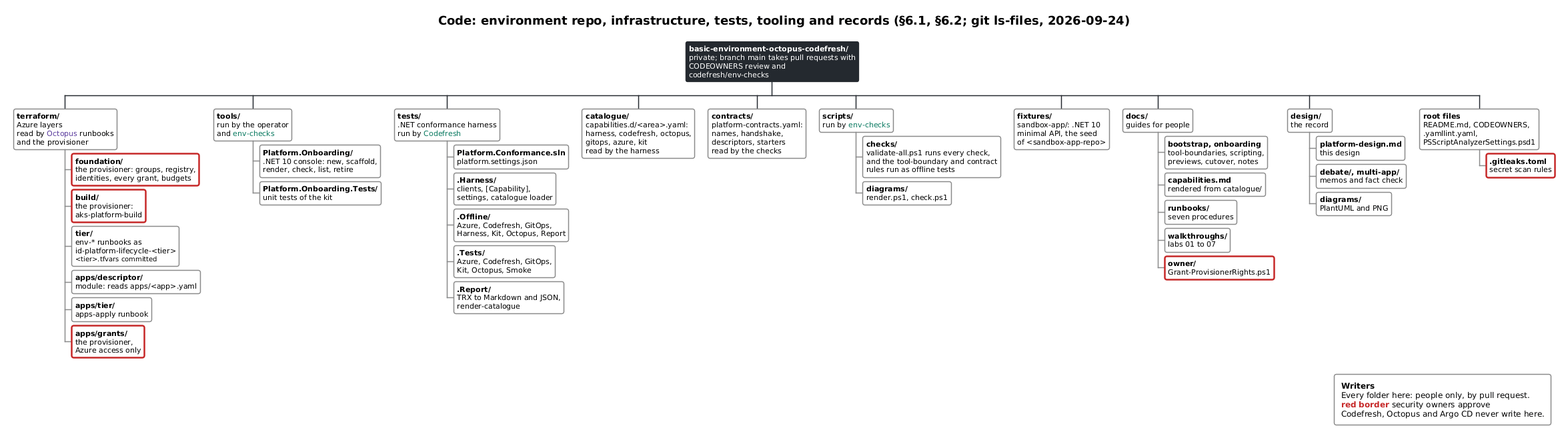
This is design/diagrams/c4-4-env-repo-layout-b.png from clearmeasure-aisf-sample-apps/basic-environment-octopus-codefresh, a PlantUML export, as it was before one commit. Its diagram source:
```plantuml
@startwbs c4-4-env-repo-layout-b
!include include/palette.puml
<style>
legend {
  BackgroundColor #FFFFFF
  LineColor #8A8A8A
}
wbsDiagram {
  node {
    BackgroundColor #FFFFFF
    LineColor #8A8A8A
    FontSize 11
    RoundCorner 6
    Padding 5
    Margin 6
  }
  arrow {
    LineColor #8A8A8A
  }
  .root {
    BackgroundColor $C_GITHUB
    FontColor #FFFFFF
    LineColor $C_GITHUB
  }
  .new {
    LineStyle 4-3
  }
  .sec {
    LineColor $C_DANGER
    LineThickness 2.5
  }
}
</style>

title Code: environment repo, infrastructure, tests, tooling and records (§6.1, §6.2; git ls-files, 2026-09-24)

*:<b>basic-environment-octopus-codefresh/</b>
private; branch main takes pull requests with
CODEOWNERS review and codefresh/env-checks; <<root>>
**:<b>terraform/</b>
Azure layers
<size:11>read by <color:$C_OCTOPUS>Octopus</color> runbooks</size>
<size:11>and the provisioner</size>;
***:<b>foundation/</b>
the provisioner: groups, registry,
identities, every grant, budgets; <<sec>>
***:<b>build/</b>
the provisioner:
aks-platform-build; <<sec>>
***:<b>tier/</b>
env-* runbooks as
id-platform-lifecycle-<tier>
<size:10><tier>.tfvars committed</size>;
***:<b>apps/descriptor/</b>
module: reads apps/<app>.yaml;
***:<b>apps/tier/</b>
apps-apply runbook;
***:<b>apps/grants/</b>
the provisioner,
Azure access only; <<sec>>
**:<b>tools/</b>
<size:11>run by the operator</size>
<size:11>and <color:$C_CODEFRESH>env-checks</color></size>;
***:<b>Platform.Onboarding/</b>
.NET 10 console: new, scaffold,
render, check, list, retire;
***:<b>Platform.Onboarding.Tests/</b>
unit tests of the kit;
**:<b>tests/</b>
.NET conformance harness
<size:11>run by <color:$C_CODEFRESH>Codefresh</color></size>;
***:<b>Platform.Conformance.sln</b>
platform.settings.json;
***:<b>.Harness/</b>
clients, [Capability],
settings, catalogue loader;
***:<b>.Offline/</b>
Azure, Codefresh, GitOps,
Harness, Kit, Octopus, Report;
***:<b>.Tests/</b>
Azure, Codefresh, GitOps,
Kit, Octopus, Smoke;
***:<b>.Report/</b>
TRX to Markdown and JSON,
render-catalogue;
**:<b>catalogue/</b>
capabilities.d/<area>.yaml:
harness, codefresh, octopus,
gitops, azure, kit
<size:11>read by the harness</size>;
**:<b>contracts/</b>
platform-contracts.yaml:
names, handshake,
descriptors, starters
<size:11>read by the checks</size>;
**:<b>scripts/</b>
<size:11>run by <color:$C_CODEFRESH>env-checks</color></size>;
***:<b>checks/</b>
validate-all.ps1 runs every check,
and the tool-boundary and contract
rules run as offline tests;
***:<b>diagrams/</b>
render.ps1, check.ps1;
**:<b>fixtures/</b>
sandbox-app/: .NET 10
minimal API, the seed
of <sandbox-app-repo>;
**:<b>docs/</b>
guides for people;
***:<b>bootstrap, onboarding</b>
tool-boundaries, scripting,
previews, cutover, notes;
***:<b>capabilities.md</b>
rendered from catalogue/;
***:<b>runbooks/</b>
seven procedures;
***:<b>walkthroughs/</b>
labs 01 to 07;
***:<b>owner/</b>
Grant-ProvisionerRights.ps1; <<sec>>
**:<b>design/</b>
the record;
***:<b>platform-design.md</b>
this design;
***:<b>debate/, multi-app/</b>
memos and fact check;
***:<b>diagrams/</b>
PlantUML and PNG;
**:<b>root files</b>
README.md, CODEOWNERS,
.yamllint.yaml,
PSScriptAnalyzerSettings.psd1;
***:<b>.gitleaks.toml</b>
secret scan rules; <<sec>>

legend right
  <b>Writers</b>
  Every folder here: people only, by pull request.
  <color:$C_DANGER><b>red border</b></color> security owners approve
  Codefresh, Octopus and Argo CD never write here.
endlegend

@endwbs
```
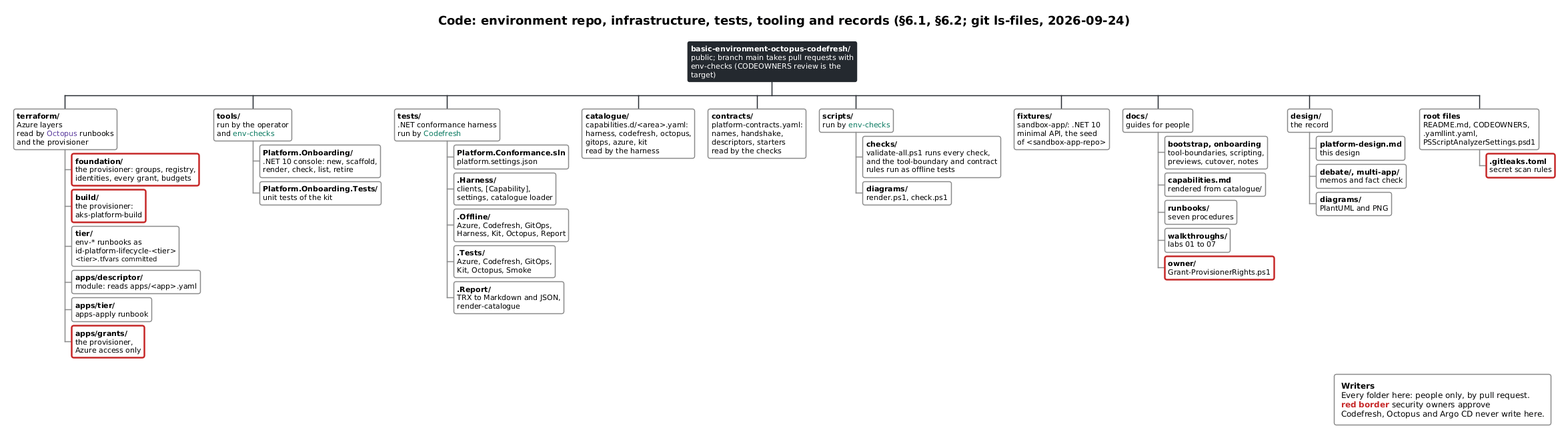
The same file after the commit.

The edit, as a diff of the source:
```diff
@@ -35,8 +35,8 @@
 title Code: environment repo, infrastructure, tests, tooling and records (§6.1, §6.2; git ls-files, 2026-09-24)
 
 *:<b>basic-environment-octopus-codefresh/</b>
-private; branch main takes pull requests with
-CODEOWNERS review and codefresh/env-checks; <<root>>
+public; branch main takes pull requests with
+env-checks (CODEOWNERS review is the target); <<root>>
 **:<b>terraform/</b>
 Azure layers
 <size:11>read by <color:$C_OCTOPUS>Octopus</color> runbooks</size>
```
